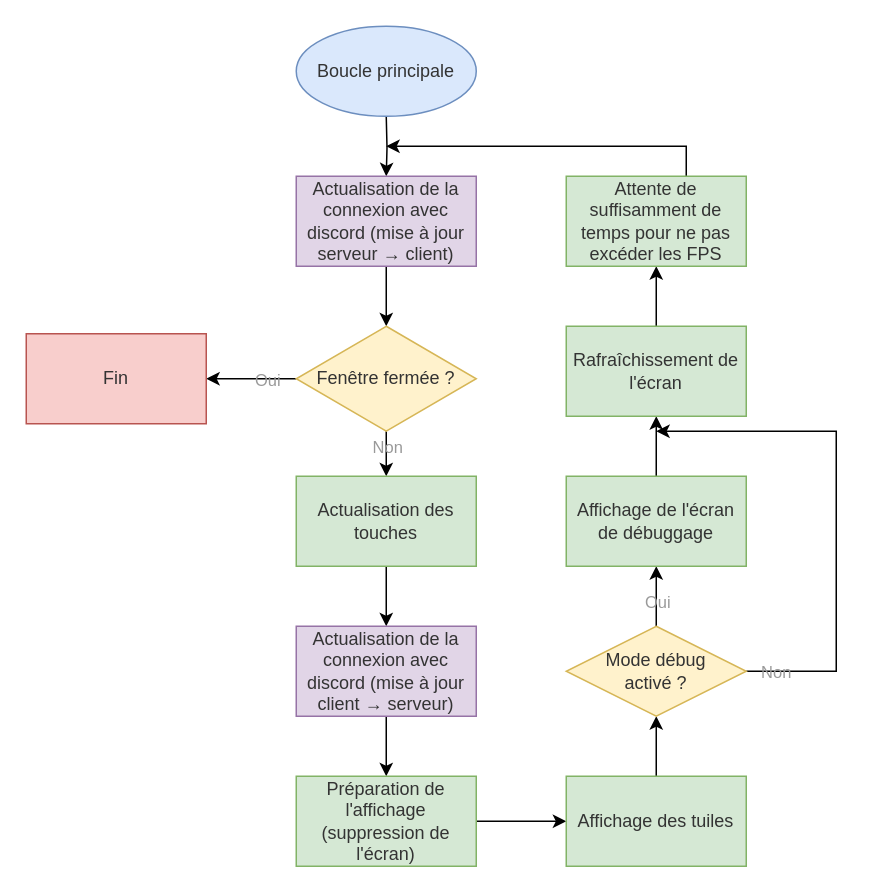
Above: data/documentation/Rendering.drawio in ascpial/Sylvajia-NSI (draw.io), before the change. Source tidied: cells renumbered, new cells numbered last; positions are measured from the earlier drawing's top-left corner, leaving out a move shared by most shapes. Both pictures are drawn from the tidied source at 150%, with x=0, y=0 at pixel (26, 26).
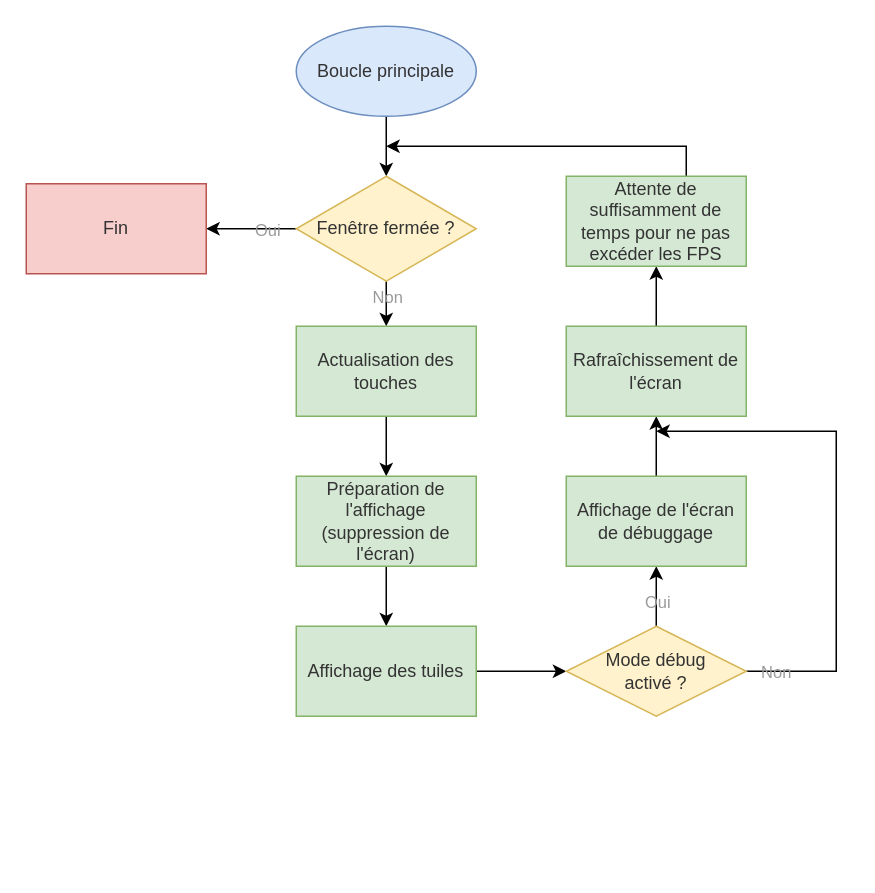
The same diagram, later.

Unchanged cells that the change refers to:
```xml
<mxCell id="10" value="Boucle principale" style="ellipse;whiteSpace=wrap;html=1;fillColor=#dae8fc;strokeColor=#6c8ebf;fontColor=#333333;" parent="1" vertex="1">
  <mxGeometry x="180" width="120" height="60" as="geometry" />
</mxCell>
```

The edit, as a diff of the source:
```diff
@@
-    <mxCell id="2" style="edgeStyle=orthogonalEdgeStyle;rounded=0;jettySize=auto;html=1;fontColor=#333333;" parent="1" edge="1" target="4">
-      <mxGeometry relative="1" as="geometry">
-        <mxPoint x="240" y="60" as="sourcePoint" />
-      </mxGeometry>
-    </mxCell>
-    <mxCell id="3" style="edgeStyle=orthogonalEdgeStyle;rounded=0;jettySize=auto;html=1;entryX=0.5;entryY=0;entryDx=0;entryDy=0;fontColor=#333333;" parent="1" edge="1" source="4" target="9">
+    <mxCell id="3" style="edgeStyle=orthogonalEdgeStyle;rounded=0;jettySize=auto;html=1;fontColor=#333333;exitX=0.5;exitY=1;exitDx=0;exitDy=0;entryX=0.5;entryY=0;entryDx=0;entryDy=0;" parent="1" edge="1" source="10" target="9">
       <mxGeometry relative="1" as="geometry" />
     </mxCell>
-    <mxCell id="4" value="Actualisation de la connexion avec discord (mise à jour serveur → client)" style="rounded=0;whiteSpace=wrap;html=1;fillColor=#e1d5e7;strokeColor=#9673a6;fontColor=#333333;" parent="1" vertex="1">
-      <mxGeometry x="180" y="100" width="120" height="60" as="geometry" />
-    </mxCell>
@@
     <mxCell id="7" style="edgeStyle=orthogonalEdgeStyle;rounded=0;jettySize=auto;html=1;entryX=0.5;entryY=0;entryDx=0;entryDy=0;fontColor=#333333;" parent="1" edge="1" source="9" target="13">
       <mxGeometry relative="1" as="geometry">
         <Array as="points">
-          <mxPoint x="240" y="290" />
-          <mxPoint x="240" y="290" />
+          <mxPoint x="240" y="190" />
+          <mxPoint x="240" y="190" />
         </Array>
       </mxGeometry>
     </mxCell>
@@
     <mxCell id="9" value="Fenêtre fermée ?" style="rhombus;whiteSpace=wrap;html=1;fillColor=#fff2cc;strokeColor=#d6b656;fontColor=#333333;" parent="1" vertex="1">
-      <mxGeometry x="180" y="200" width="120" height="70" as="geometry" />
+      <mxGeometry x="180" y="100" width="120" height="70" as="geometry" />
     </mxCell>
@@
     <mxCell id="11" value="Fin" style="rounded=0;whiteSpace=wrap;html=1;fillColor=#f8cecc;strokeColor=#b85450;fontColor=#333333;" parent="1" vertex="1">
-      <mxGeometry y="205" width="120" height="60" as="geometry" />
+      <mxGeometry y="105" width="120" height="60" as="geometry" />
     </mxCell>
-    <mxCell id="12" style="edgeStyle=orthogonalEdgeStyle;rounded=0;jettySize=auto;html=1;entryX=0.5;entryY=0;entryDx=0;entryDy=0;fontColor=#333333;" parent="1" edge="1" source="13" target="15">
-      <mxGeometry relative="1" as="geometry" />
+    <mxCell id="12" style="edgeStyle=orthogonalEdgeStyle;rounded=0;jettySize=auto;html=1;entryX=0.5;entryY=0;entryDx=0;entryDy=0;fontColor=#333333;" parent="1" edge="1" source="13">
+      <mxGeometry relative="1" as="geometry">
+        <mxPoint x="240" y="300" as="targetPoint" />
+      </mxGeometry>
     </mxCell>
     <mxCell id="13" value="Actualisation des touches" style="rounded=0;whiteSpace=wrap;html=1;fillColor=#d5e8d4;strokeColor=#82b366;fontColor=#333333;" parent="1" vertex="1">
-      <mxGeometry x="180" y="300" width="120" height="60" as="geometry" />
+      <mxGeometry x="180" y="200" width="120" height="60" as="geometry" />
     </mxCell>
-    <mxCell id="14" style="edgeStyle=orthogonalEdgeStyle;rounded=0;jettySize=auto;html=1;entryX=0.5;entryY=0;entryDx=0;entryDy=0;fontColor=#333333;" parent="1" edge="1" source="15" target="17">
-      <mxGeometry relative="1" as="geometry" />
-    </mxCell>
-    <mxCell id="15" value="Actualisation de la connexion avec discord (mise à jour client → serveur)" style="rounded=0;whiteSpace=wrap;html=1;fillColor=#e1d5e7;strokeColor=#9673a6;fontColor=#333333;" parent="1" vertex="1">
-      <mxGeometry x="180" y="400" width="120" height="60" as="geometry" />
-    </mxCell>
-    <mxCell id="16" style="edgeStyle=orthogonalEdgeStyle;rounded=0;jettySize=auto;html=1;entryX=0;entryY=0.5;entryDx=0;entryDy=0;fontColor=#333333;" parent="1" edge="1" source="17" target="19">
+    <mxCell id="16" style="edgeStyle=orthogonalEdgeStyle;rounded=0;jettySize=auto;html=1;entryX=0.5;entryY=0;entryDx=0;entryDy=0;fontColor=#333333;" parent="1" edge="1" source="17" target="19">
       <mxGeometry relative="1" as="geometry" />
     </mxCell>
     <mxCell id="17" value="Préparation de l'affichage (suppression de l'écran)" style="rounded=0;whiteSpace=wrap;html=1;fillColor=#d5e8d4;strokeColor=#82b366;fontColor=#333333;" parent="1" vertex="1">
-      <mxGeometry x="180" y="500" width="120" height="60" as="geometry" />
+      <mxGeometry x="180" y="300" width="120" height="60" as="geometry" />
     </mxCell>
@@
     <mxCell id="19" value="Affichage des tuiles" style="rounded=0;whiteSpace=wrap;html=1;fillColor=#d5e8d4;strokeColor=#82b366;fontColor=#333333;" parent="1" vertex="1">
-      <mxGeometry x="360" y="500" width="120" height="60" as="geometry" />
+      <mxGeometry x="180" y="400" width="120" height="60" as="geometry" />
     </mxCell>
```
